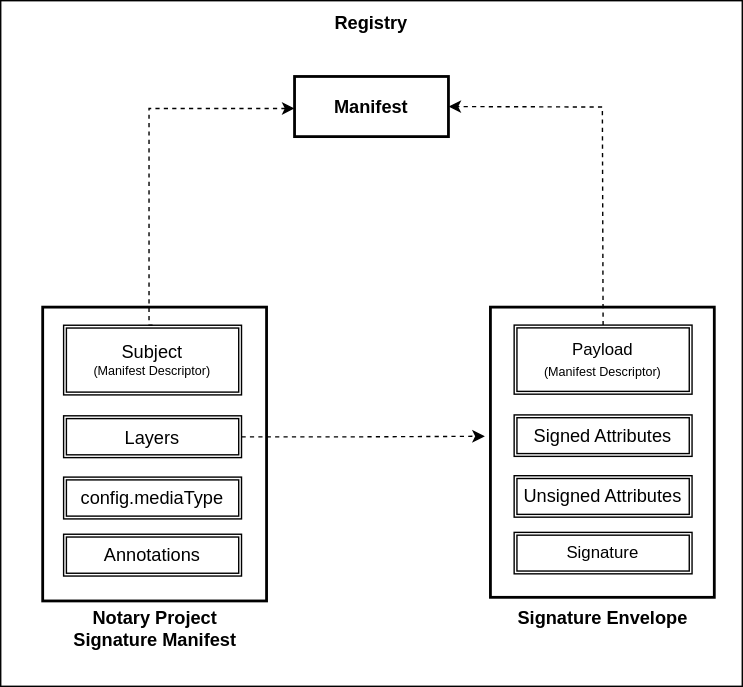
notaryproject/specifications keeps this draw.io diagram as media/signature-specification.svg. Above is the earlier version. Source tidied: cells renumbered, new cells last; positions are measured from the earlier drawing's top-left corner, leaving out a move shared by most shapes.
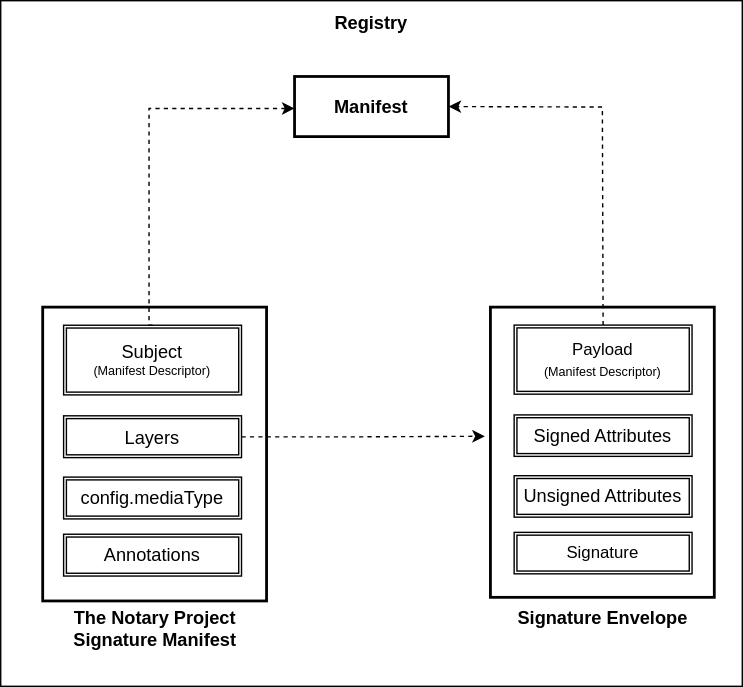
Above is the later version.

Commit message:
doc: update per comments

Change to the diagram source:
```diff
@@ -41,7 +41,7 @@
     <mxCell id="12" value="&lt;font style=&quot;font-size: 13px&quot;&gt;Annotations&lt;/font&gt;" style="shape=ext;double=1;rounded=0;whiteSpace=wrap;html=1;strokeWidth=1;fillColor=none;" parent="8" vertex="1">
       <mxGeometry x="15" y="162.3" width="127.2" height="29.9" as="geometry" />
     </mxCell>
-    <mxCell id="13" value="&lt;div style=&quot;font-size: 13px&quot;&gt;&lt;font style=&quot;font-size: 13px&quot;&gt;Notary Project Signature Manifest&lt;/font&gt;&lt;/div&gt;" style="text;html=1;strokeColor=none;fillColor=none;align=center;verticalAlign=middle;whiteSpace=wrap;rounded=0;fontStyle=1;" parent="8" vertex="1">
+    <mxCell id="13" value="&lt;div style=&quot;font-size: 13px&quot;&gt;&lt;font style=&quot;font-size: 13px&quot;&gt;The Notary Project Signature Manifest&lt;/font&gt;&lt;/div&gt;" style="text;html=1;strokeColor=none;fillColor=none;align=center;verticalAlign=middle;whiteSpace=wrap;rounded=0;fontStyle=1;" parent="8" vertex="1">
       <mxGeometry x="17" y="220.1" width="127" height="18.9" as="geometry" />
     </mxCell>
     <mxCell id="14" value="&lt;font style=&quot;font-size: 13px&quot;&gt;Subject&lt;/font&gt;&lt;div style=&quot;font-size: 9px&quot;&gt;&lt;font style=&quot;font-size: 9px&quot;&gt;(Manifest Descriptor)&lt;/font&gt;&lt;br&gt;&lt;/div&gt;" style="shape=ext;double=1;rounded=0;whiteSpace=wrap;html=1;strokeWidth=1;fillColor=none;" parent="8" vertex="1">
```
